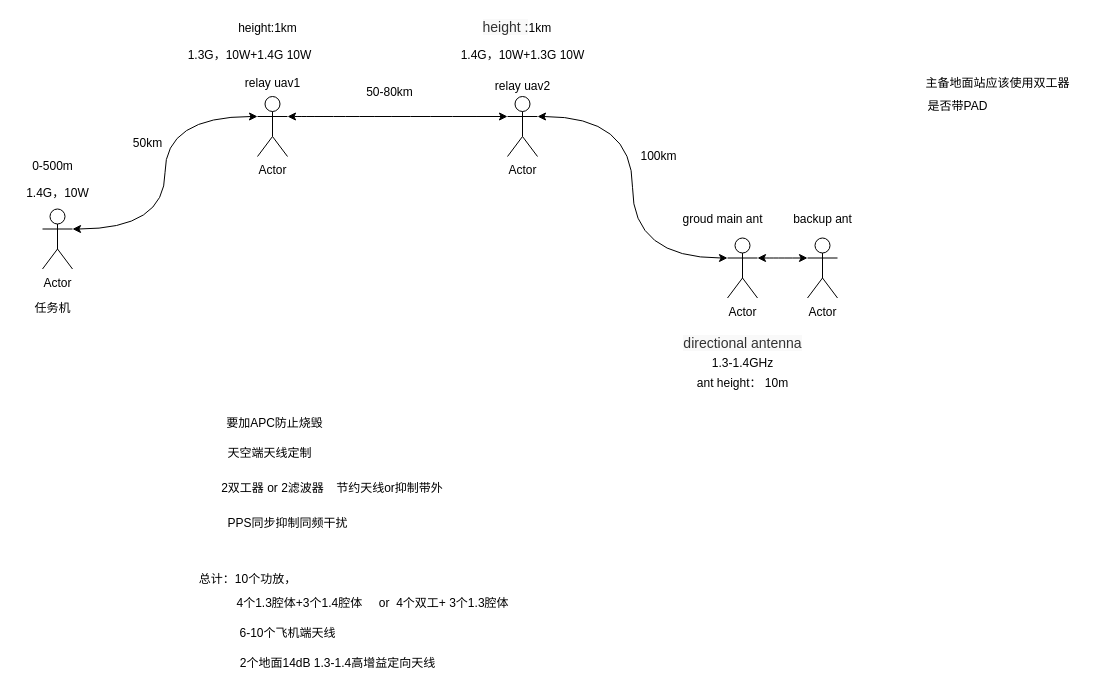
Above: 多机中继.drawio in Momenttt/hellogithub (draw.io), before the change. Source tidied: cells renumbered, new cells numbered last; positions are measured from the earlier drawing's top-left corner, leaving out a move shared by most shapes. Both pictures are drawn from the tidied source at 100%, with x=0, y=0 at pixel (17, 17).
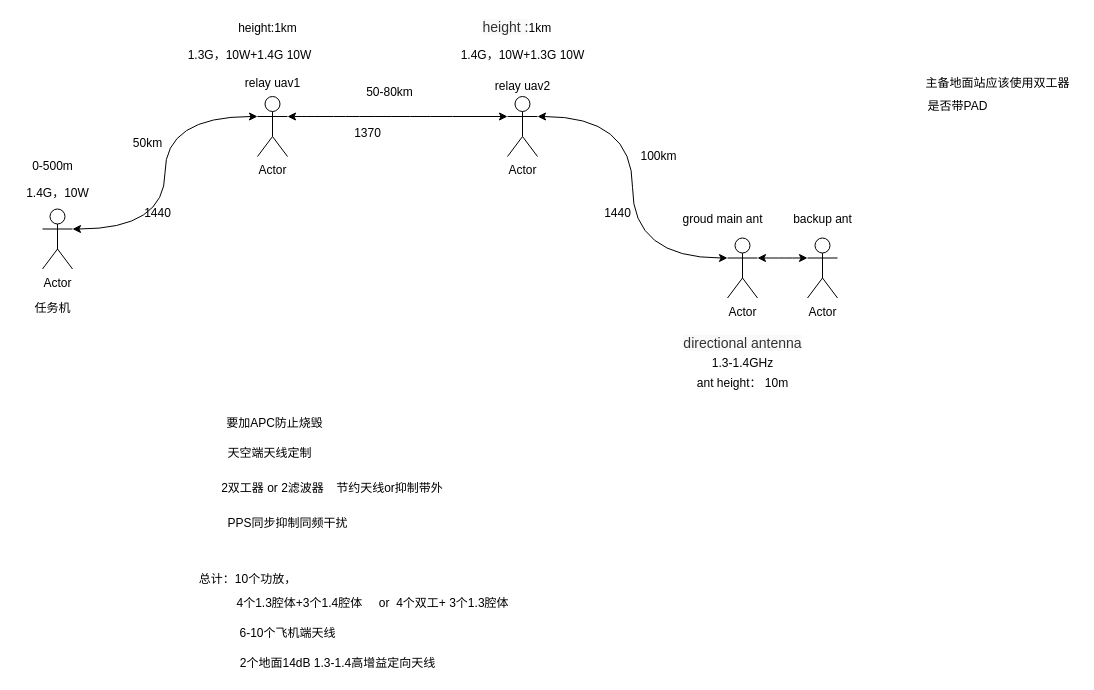
After the change.

Change to the diagram source:
```diff
@@
+    <mxCell id="39" value="1440" style="text;html=1;align=center;verticalAlign=middle;" parent="1" vertex="1">
+      <mxGeometry x="120" y="186" width="40" height="20" as="geometry" />
+    </mxCell>
+    <mxCell id="40" value="1370" style="text;html=1;align=center;verticalAlign=middle;" parent="1" vertex="1">
+      <mxGeometry x="330" y="106" width="40" height="20" as="geometry" />
+    </mxCell>
+    <mxCell id="41" value="1440" style="text;html=1;align=center;verticalAlign=middle;" parent="1" vertex="1">
+      <mxGeometry x="580" y="186" width="40" height="20" as="geometry" />
+    </mxCell>
```
